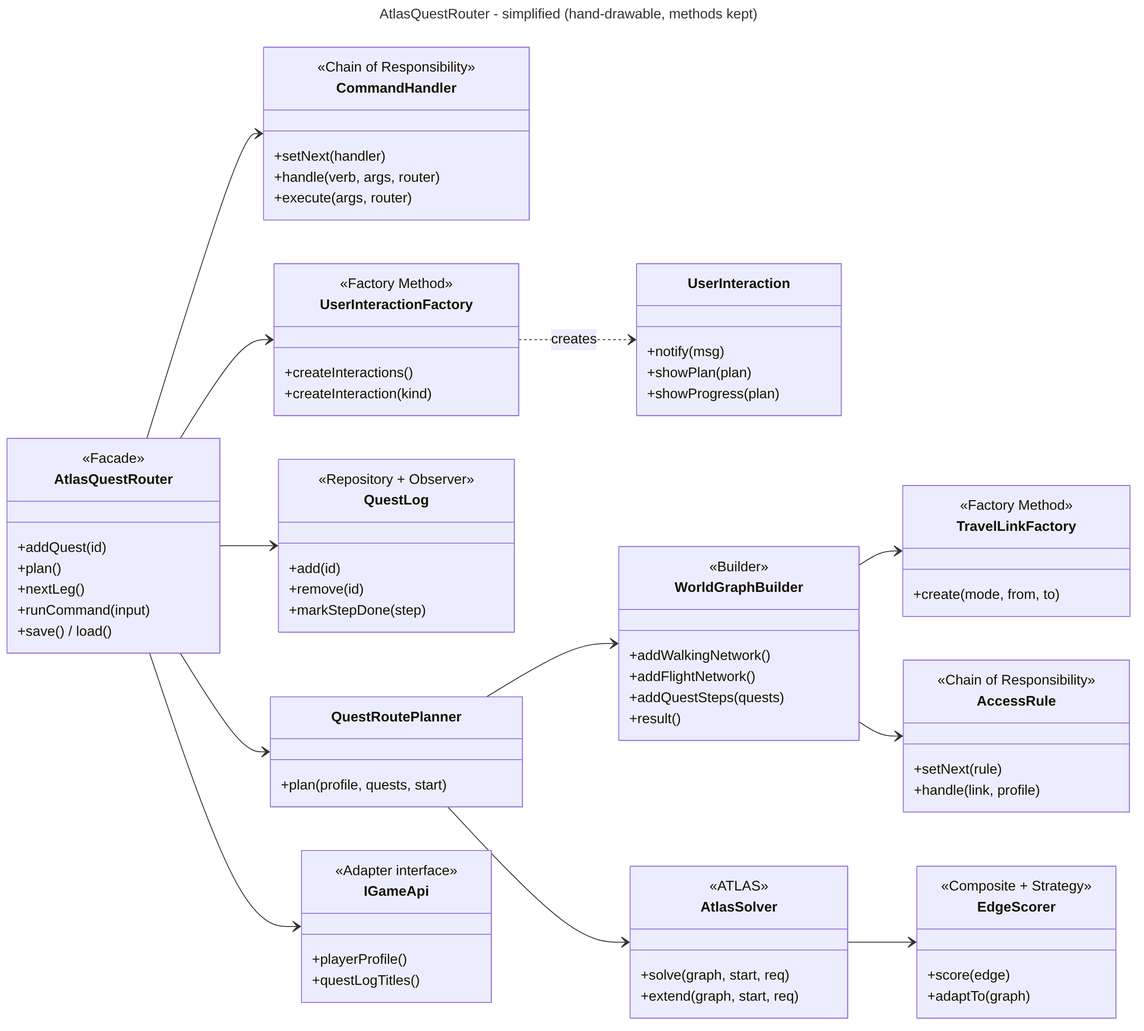
Earlier version of the Mermaid export docs/diagrams/class-diagram-simplified.png (Qanoo-Taweel/wow-atlas-quest-router). Its source is kept beside it as docs/diagrams/class-diagram-simplified.mmd. The source it was exported from:
```mermaid
---
title: AtlasQuestRouter - simplified (hand-drawable, methods kept)
---
classDiagram
direction LR
class AtlasQuestRouter {
  <<Facade>>
  +addQuest(id)
  +plan()
  +nextLeg()
  +runCommand(input)
  +save() / load()
}
class CommandHandler {
  <<Chain of Responsibility>>
  +setNext(handler)
  +handle(verb, args, router)
  +execute(args, router)
}
class UserInteractionFactory {
  <<Factory Method>>
  +createInteractions()
  +createInteraction(kind)
}
class UserInteraction {
  +notify(msg)
  +showPlan(plan)
  +showProgress(plan)
}
class QuestLog {
  <<Repository + Observer>>
  +add(id)
  +remove(id)
  +markStepDone(step)
}
class QuestRoutePlanner {
  +plan(profile, quests, start)
}
class WorldGraphBuilder {
  <<Builder>>
  +addWalkingNetwork()
  +addFlightNetwork()
  +addQuestSteps(quests)
  +result()
}
class TravelLinkFactory {
  <<Factory Method>>
  +create(mode, from, to)
}
class AccessRule {
  <<Chain of Responsibility>>
  +setNext(rule)
  +handle(link, profile)
}
class AtlasSolver {
  <<ATLAS>>
  +solve(graph, start, req)
  +extend(graph, start, req)
}
class EdgeScorer {
  <<Composite + Strategy>>
  +score(edge)
  +adaptTo(graph)
}
class IGameApi {
  <<Adapter interface>>
  +playerProfile()
  +questLogTitles()
}
AtlasQuestRouter --> CommandHandler
AtlasQuestRouter --> UserInteractionFactory
UserInteractionFactory ..> UserInteraction : creates
AtlasQuestRouter --> QuestLog
AtlasQuestRouter --> QuestRoutePlanner
AtlasQuestRouter --> IGameApi
QuestRoutePlanner --> WorldGraphBuilder
QuestRoutePlanner --> AtlasSolver
WorldGraphBuilder --> TravelLinkFactory
WorldGraphBuilder --> AccessRule
AtlasSolver --> EdgeScorer
```
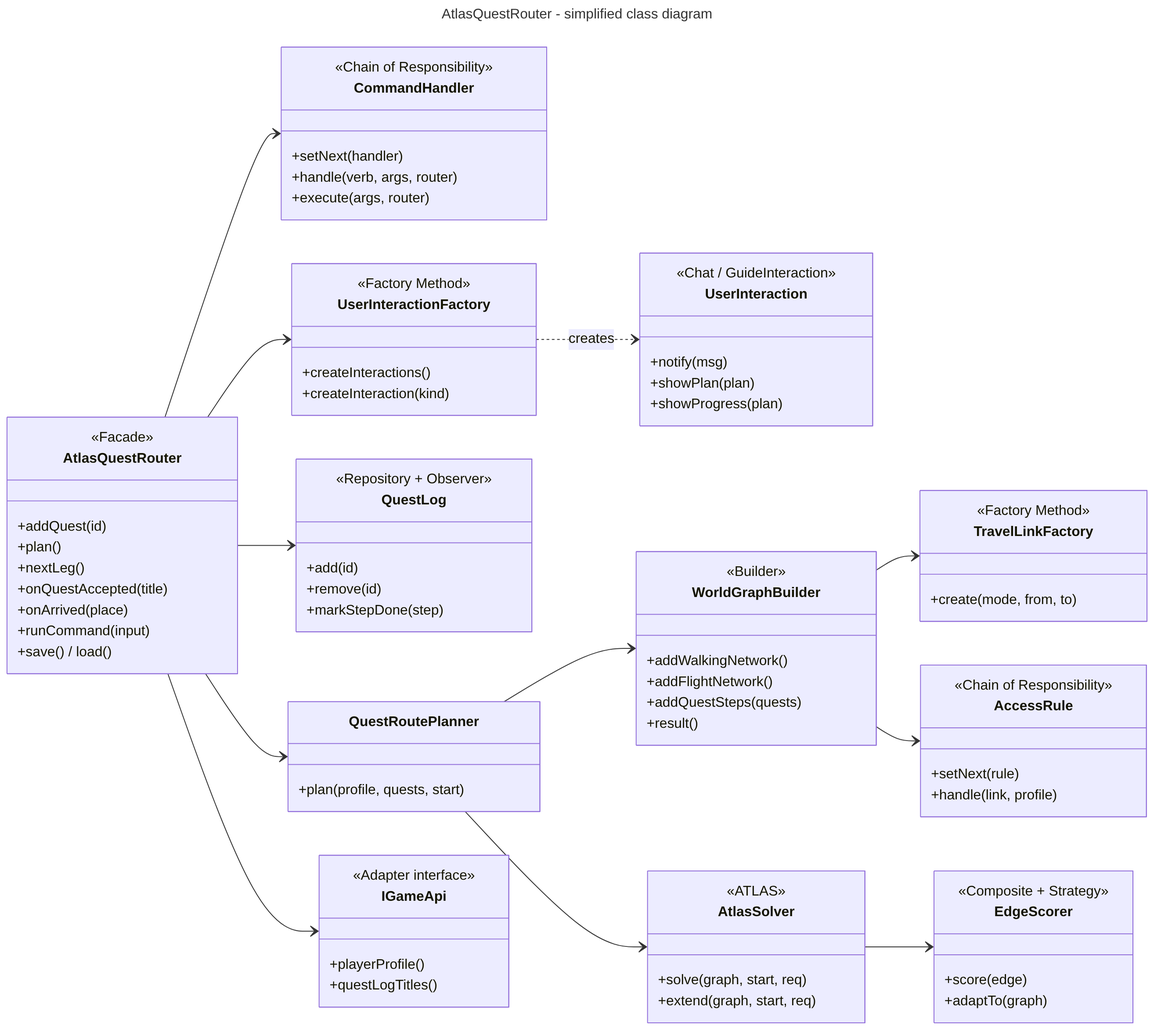
The same file after the commit.

Change to the diagram source:
```diff
@@ -1,5 +1,5 @@
 ---
-title: AtlasQuestRouter - simplified (hand-drawable, methods kept)
+title: AtlasQuestRouter - simplified class diagram
 ---
 classDiagram
 direction LR
@@ -8,6 +8,8 @@
   +addQuest(id)
   +plan()
   +nextLeg()
+  +onQuestAccepted(title)
+  +onArrived(place)
   +runCommand(input)
   +save() / load()
 }
@@ -23,6 +25,7 @@
   +createInteraction(kind)
 }
 class UserInteraction {
+  <<Chat / GuideInteraction>>
   +notify(msg)
   +showPlan(plan)
   +showProgress(plan)
```
